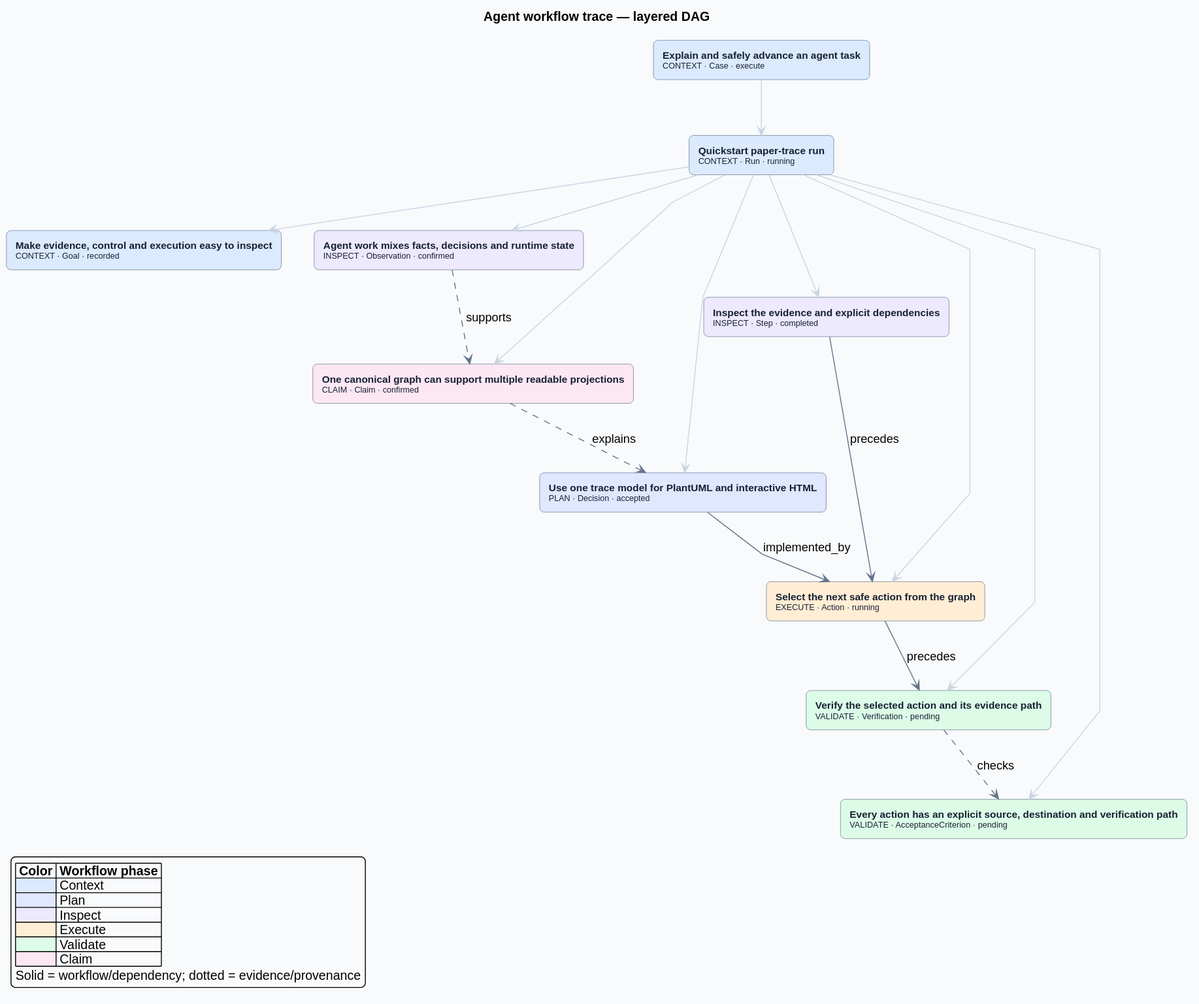
Earlier version of the PlantUML export docs/assets/paper-trace-quickstart.svg (znbsf/agent-case-graph). The source it was exported from:
```plantuml
@startuml
top to bottom direction
skinparam backgroundColor #F8FAFC
skinparam shadowing false
skinparam roundCorner 10
skinparam defaultFontName Arial
skinparam ArrowColor #64748B
skinparam ArrowThickness 1
skinparam rectangleBorderColor #64748B
skinparam rectangleFontColor #172033
skinparam rectangleFontSize 11
skinparam linetype polyline
hide stereotype
title Agent workflow trace — layered DAG
rectangle "<b>Explain and safely advance an agent task</b>\n<size:9>CONTEXT · Case · execute</size>" as n0_case_DEMO_001 #dbeafe
rectangle "<b>Quickstart paper-trace run</b>\n<size:9>CONTEXT · Run · running</size>" as n1_run_DEMO_001_001 #dbeafe
rectangle "<b>Make evidence, control and execution easy to inspect</b>\n<size:9>CONTEXT · Goal · recorded</size>" as n2_goal_DEMO_001_clarity #dbeafe
rectangle "<b>Agent work mixes facts, decisions and runtime state</b>\n<size:9>INSPECT · Observation · confirmed</size>" as n3_ervation_DEMO_001_separation #ede9fe
rectangle "<b>One canonical graph can support multiple readable projections</b>\n<size:9>CLAIM · Claim · confirmed</size>" as n4_claim_DEMO_001_canonical #fce7f3
rectangle "<b>Use one trace model for PlantUML and interactive HTML</b>\n<size:9>PLAN · Decision · accepted</size>" as n5_decision_DEMO_001_two_views #e0e7ff
rectangle "<b>Inspect the evidence and explicit dependencies</b>\n<size:9>INSPECT · Step · completed</size>" as n6_step_DEMO_001_inspect #ede9fe
rectangle "<b>Select the next safe action from the graph</b>\n<size:9>EXECUTE · Action · running</size>" as n7_action_DEMO_001_select #ffedd5
rectangle "<b>Verify the selected action and its evidence path</b>\n<size:9>VALIDATE · Verification · pending</size>" as n8_verification_DEMO_001_review #dcfce7
rectangle "<b>Every action has an explicit source, destination and verification path</b>\n<size:9>VALIDATE · AcceptanceCriterion · pending</size>" as n9_criterion_DEMO_001_traceable #dcfce7
n0_case_DEMO_001 -[#CBD5E1]-> n1_run_DEMO_001_001
n1_run_DEMO_001_001 -[#CBD5E1]-> n2_goal_DEMO_001_clarity
n1_run_DEMO_001_001 -[#CBD5E1]-> n3_ervation_DEMO_001_separation
n1_run_DEMO_001_001 -[#CBD5E1]-> n4_claim_DEMO_001_canonical
n1_run_DEMO_001_001 -[#CBD5E1]-> n5_decision_DEMO_001_two_views
n1_run_DEMO_001_001 -[#CBD5E1]-> n6_step_DEMO_001_inspect
n1_run_DEMO_001_001 -[#CBD5E1]-> n7_action_DEMO_001_select
n1_run_DEMO_001_001 -[#CBD5E1]-> n8_verification_DEMO_001_review
n1_run_DEMO_001_001 -[#CBD5E1]-> n9_criterion_DEMO_001_traceable
n3_ervation_DEMO_001_separation ..> n4_claim_DEMO_001_canonical : supports
n4_claim_DEMO_001_canonical ..> n5_decision_DEMO_001_two_views : explains
n5_decision_DEMO_001_two_views --> n7_action_DEMO_001_select : implemented_by
n6_step_DEMO_001_inspect --> n7_action_DEMO_001_select : precedes
n7_action_DEMO_001_select --> n8_verification_DEMO_001_review : precedes
n8_verification_DEMO_001_review ..> n9_criterion_DEMO_001_traceable : checks
legend left
  |= Color |= Workflow phase |
  |<#DBEAFE> | Context |
  |<#E0E7FF> | Plan |
  |<#EDE9FE> | Inspect |
  |<#FFEDD5> | Execute |
  |<#DCFCE7> | Validate |
  |<#FCE7F3> | Claim |
  Solid = workflow/dependency; dotted = evidence/provenance
endlegend
@enduml
```
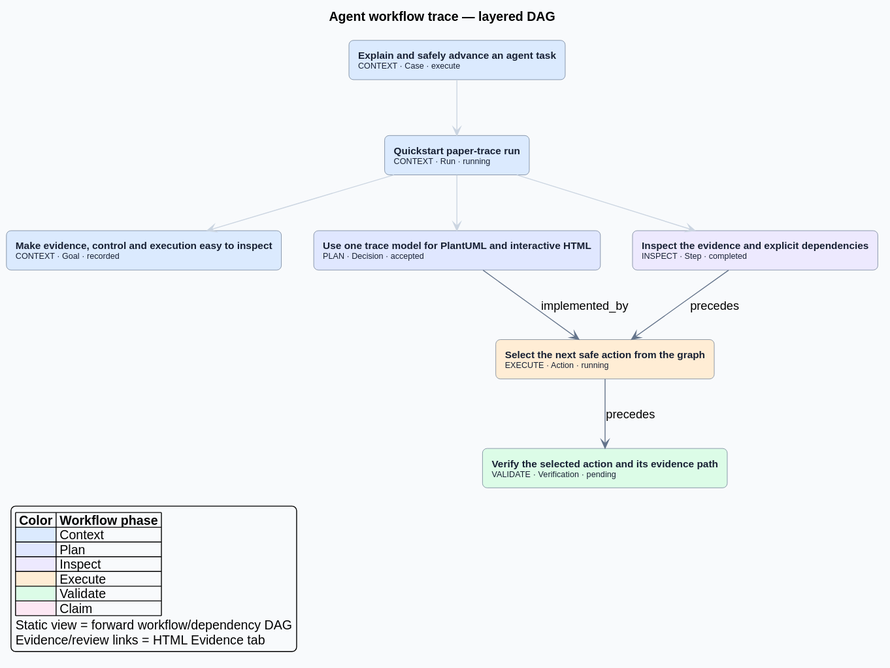
After the commit.

Commit message:
Fix workflow DAG branch layout

Change to the diagram source:
```diff
@@ -15,28 +15,17 @@
 rectangle "<b>Explain and safely advance an agent task</b>\n<size:9>CONTEXT · Case · execute</size>" as n0_case_DEMO_001 #dbeafe
 rectangle "<b>Quickstart paper-trace run</b>\n<size:9>CONTEXT · Run · running</size>" as n1_run_DEMO_001_001 #dbeafe
 rectangle "<b>Make evidence, control and execution easy to inspect</b>\n<size:9>CONTEXT · Goal · recorded</size>" as n2_goal_DEMO_001_clarity #dbeafe
-rectangle "<b>Agent work mixes facts, decisions and runtime state</b>\n<size:9>INSPECT · Observation · confirmed</size>" as n3_ervation_DEMO_001_separation #ede9fe
-rectangle "<b>One canonical graph can support multiple readable projections</b>\n<size:9>CLAIM · Claim · confirmed</size>" as n4_claim_DEMO_001_canonical #fce7f3
-rectangle "<b>Use one trace model for PlantUML and interactive HTML</b>\n<size:9>PLAN · Decision · accepted</size>" as n5_decision_DEMO_001_two_views #e0e7ff
-rectangle "<b>Inspect the evidence and explicit dependencies</b>\n<size:9>INSPECT · Step · completed</size>" as n6_step_DEMO_001_inspect #ede9fe
-rectangle "<b>Select the next safe action from the graph</b>\n<size:9>EXECUTE · Action · running</size>" as n7_action_DEMO_001_select #ffedd5
-rectangle "<b>Verify the selected action and its evidence path</b>\n<size:9>VALIDATE · Verification · pending</size>" as n8_verification_DEMO_001_review #dcfce7
-rectangle "<b>Every action has an explicit source, destination and verification path</b>\n<size:9>VALIDATE · AcceptanceCriterion · pending</size>" as n9_criterion_DEMO_001_traceable #dcfce7
+rectangle "<b>Use one trace model for PlantUML and interactive HTML</b>\n<size:9>PLAN · Decision · accepted</size>" as n3_decision_DEMO_001_two_views #e0e7ff
+rectangle "<b>Inspect the evidence and explicit dependencies</b>\n<size:9>INSPECT · Step · completed</size>" as n4_step_DEMO_001_inspect #ede9fe
+rectangle "<b>Select the next safe action from the graph</b>\n<size:9>EXECUTE · Action · running</size>" as n5_action_DEMO_001_select #ffedd5
+rectangle "<b>Verify the selected action and its evidence path</b>\n<size:9>VALIDATE · Verification · pending</size>" as n6_verification_DEMO_001_review #dcfce7
 n0_case_DEMO_001 -[#CBD5E1]-> n1_run_DEMO_001_001
 n1_run_DEMO_001_001 -[#CBD5E1]-> n2_goal_DEMO_001_clarity
-n1_run_DEMO_001_001 -[#CBD5E1]-> n3_ervation_DEMO_001_separation
-n1_run_DEMO_001_001 -[#CBD5E1]-> n4_claim_DEMO_001_canonical
-n1_run_DEMO_001_001 -[#CBD5E1]-> n5_decision_DEMO_001_two_views
-n1_run_DEMO_001_001 -[#CBD5E1]-> n6_step_DEMO_001_inspect
-n1_run_DEMO_001_001 -[#CBD5E1]-> n7_action_DEMO_001_select
-n1_run_DEMO_001_001 -[#CBD5E1]-> n8_verification_DEMO_001_review
-n1_run_DEMO_001_001 -[#CBD5E1]-> n9_criterion_DEMO_001_traceable
-n3_ervation_DEMO_001_separation ..> n4_claim_DEMO_001_canonical : supports
-n4_claim_DEMO_001_canonical ..> n5_decision_DEMO_001_two_views : explains
-n5_decision_DEMO_001_two_views --> n7_action_DEMO_001_select : implemented_by
-n6_step_DEMO_001_inspect --> n7_action_DEMO_001_select : precedes
-n7_action_DEMO_001_select --> n8_verification_DEMO_001_review : precedes
-n8_verification_DEMO_001_review ..> n9_criterion_DEMO_001_traceable : checks
+n1_run_DEMO_001_001 -[#CBD5E1]-> n3_decision_DEMO_001_two_views
+n1_run_DEMO_001_001 -[#CBD5E1]-> n4_step_DEMO_001_inspect
+n3_decision_DEMO_001_two_views --> n5_action_DEMO_001_select : implemented_by
+n4_step_DEMO_001_inspect --> n5_action_DEMO_001_select : precedes
+n5_action_DEMO_001_select --> n6_verification_DEMO_001_review : precedes
 legend left
   |= Color |= Workflow phase |
   |<#DBEAFE> | Context |
@@ -45,6 +34,7 @@
   |<#FFEDD5> | Execute |
   |<#DCFCE7> | Validate |
   |<#FCE7F3> | Claim |
-  Solid = workflow/dependency; dotted = evidence/provenance
+  Static view = forward workflow/dependency DAG
+  Evidence/review links = HTML Evidence tab
 endlegend
 @enduml
```
